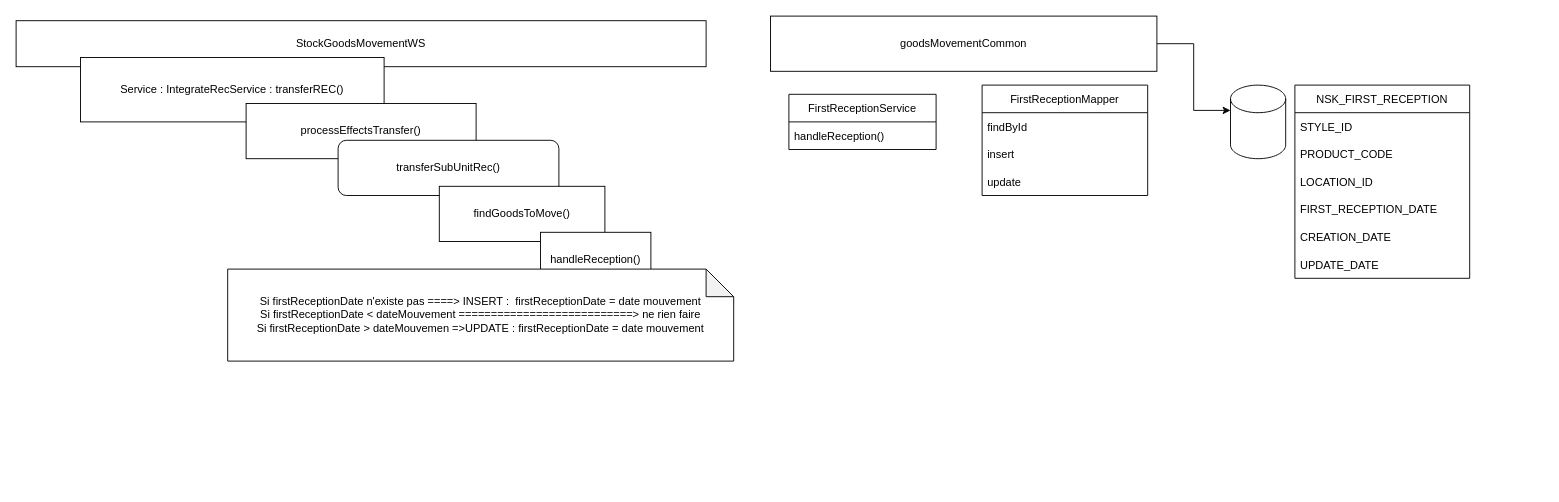
Above: Untitled Diagram.drawio in omargit1/Diagrams (draw.io), before the change. Source tidied: cells renumbered, new cells numbered last; positions are measured from the earlier drawing's top-left corner, leaving out a move shared by most shapes. Both pictures are drawn from the tidied source at 92%, with x=0, y=0 at pixel (16, 16).
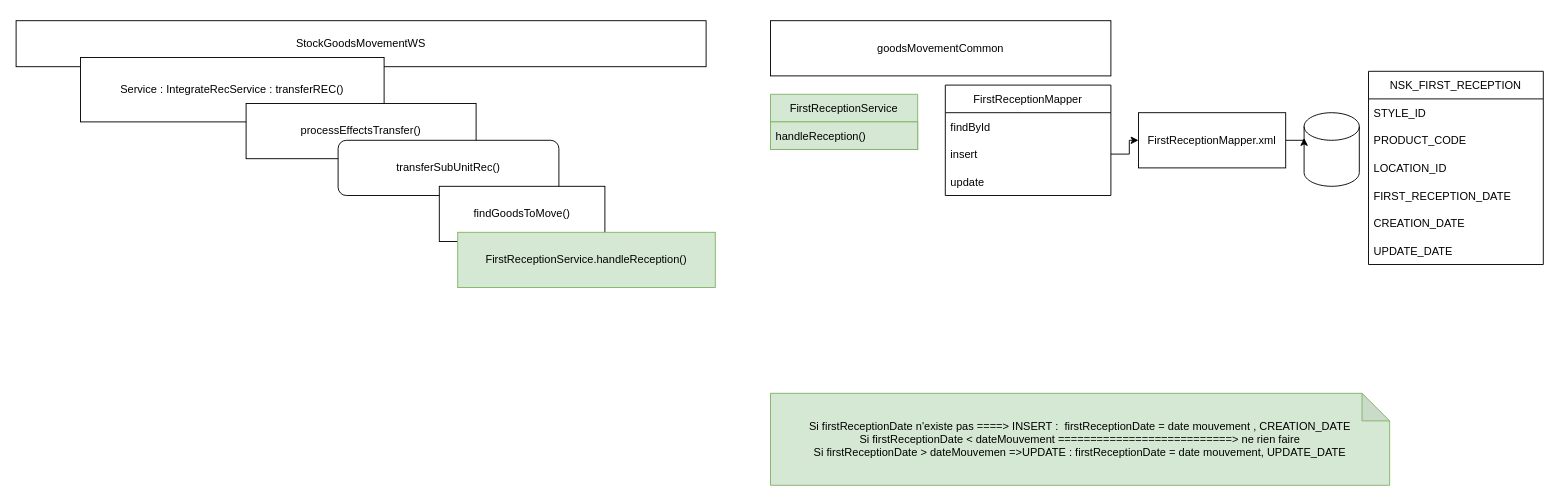
Above is the later version.

Unchanged cells that the change refers to:
```xml
<mxCell id="21" value="insert" style="text;strokeColor=none;fillColor=none;align=left;verticalAlign=middle;spacingLeft=4;spacingRight=4;overflow=hidden;points=[[0,0.5],[1,0.5]];portConstraint=eastwest;" parent="19" vertex="1">
  <mxGeometry y="60" width="180" height="30" as="geometry" />
</mxCell>
```

The edit, as a diff of the source:
```diff
@@
-    <mxCell id="7" value="handleReception()" style="rounded=0;whiteSpace=wrap;html=1;" parent="1" vertex="1">
-      <mxGeometry x="570" y="235" width="120" height="60" as="geometry" />
+    <mxCell id="7" value="&lt;span style=&quot;&quot;&gt;FirstReceptionService.&lt;/span&gt;handleReception()" style="rounded=0;whiteSpace=wrap;html=1;fillColor=#d5e8d4;strokeColor=#82b366;" parent="1" vertex="1">
+      <mxGeometry x="480" y="235" width="280" height="60" as="geometry" />
     </mxCell>
-    <mxCell id="8" style="edgeStyle=orthogonalEdgeStyle;rounded=0;jettySize=auto;html=1;exitX=1;exitY=0.5;exitDx=0;exitDy=0;entryX=0;entryY=0;entryDx=0;entryDy=27.5;entryPerimeter=0;" parent="1" edge="1" source="9" target="10">
-      <mxGeometry relative="1" as="geometry" />
-    </mxCell>
     <mxCell id="9" value="goodsMovementCommon" style="rounded=0;whiteSpace=wrap;html=1;" parent="1" vertex="1">
-      <mxGeometry x="820" width="420" height="60" as="geometry" />
+      <mxGeometry x="820" y="5" width="370" height="60" as="geometry" />
     </mxCell>
     <mxCell id="10" style="shape=cylinder3;whiteSpace=wrap;html=1;boundedLbl=1;backgroundOutline=1;size=15;" parent="1" vertex="1">
-      <mxGeometry x="1320" y="75" width="60" height="80" as="geometry" />
+      <mxGeometry x="1400" y="105" width="60" height="80" as="geometry" />
     </mxCell>
     <mxCell id="11" value="NSK_FIRST_RECEPTION" style="swimlane;fontStyle=0;horizontal=1;startSize=30;" parent="1" vertex="1">
-      <mxGeometry x="1390" y="75" width="190" height="210" as="geometry" />
+      <mxGeometry x="1470" y="60" width="190" height="210" as="geometry" />
     </mxCell>
@@
-    <mxCell id="18" value="Si firstReceptionDate n'existe pas ====&amp;gt; INSERT :&amp;nbsp; firstReceptionDate = date mouvement&lt;br&gt;Si firstReceptionDate &amp;lt; dateMouvement ===========================&amp;gt; ne rien faire&lt;br&gt;Si firstReceptionDate &amp;gt; dateMouvemen =&amp;gt;UPDATE : firstReceptionDate = date mouvement" style="shape=note;whiteSpace=wrap;html=1;backgroundOutline=1;darkOpacity=0.05;" parent="1" vertex="1">
-      <mxGeometry x="230" y="275" width="550" height="100" as="geometry" />
+    <mxCell id="18" value="Si firstReceptionDate n'existe pas ====&amp;gt; INSERT :&amp;nbsp; firstReceptionDate = date mouvement , CREATION_DATE&lt;br&gt;Si firstReceptionDate &amp;lt; dateMouvement ===========================&amp;gt; ne rien faire&lt;br&gt;Si firstReceptionDate &amp;gt; dateMouvemen =&amp;gt;UPDATE : firstReceptionDate = date mouvement, UPDATE_DATE" style="shape=note;whiteSpace=wrap;html=1;backgroundOutline=1;darkOpacity=0.05;fillColor=#d5e8d4;strokeColor=#82b366;" parent="1" vertex="1">
+      <mxGeometry x="820" y="410" width="673" height="100" as="geometry" />
     </mxCell>
     <mxCell id="19" value="FirstReceptionMapper" style="swimlane;fontStyle=0;horizontal=1;startSize=30;" parent="1" vertex="1">
-      <mxGeometry x="1050" y="75" width="180" height="120" as="geometry" />
+      <mxGeometry x="1010" y="75" width="180" height="120" as="geometry" />
     </mxCell>
@@
-    <mxCell id="23" value="FirstReceptionService" style="swimlane;fontStyle=0;horizontal=1;startSize=30;" parent="1" vertex="1">
-      <mxGeometry x="840" y="85" width="160" height="60" as="geometry" />
+    <mxCell id="23" value="FirstReceptionService" style="swimlane;fontStyle=0;horizontal=1;startSize=30;fillColor=#d5e8d4;strokeColor=#82b366;" parent="1" vertex="1">
+      <mxGeometry x="820" y="85" width="160" height="60" as="geometry" />
     </mxCell>
-    <mxCell id="24" value="handleReception()" style="text;strokeColor=none;fillColor=none;align=left;verticalAlign=middle;spacingLeft=4;spacingRight=4;overflow=hidden;" parent="23" vertex="1">
+    <mxCell id="24" value="handleReception()" style="text;strokeColor=#82b366;fillColor=#d5e8d4;align=left;verticalAlign=middle;spacingLeft=4;spacingRight=4;overflow=hidden;" parent="23" vertex="1">
       <mxGeometry y="30" width="160" height="30" as="geometry" />
     </mxCell>
+    <mxCell id="25" style="edgeStyle=orthogonalEdgeStyle;rounded=0;jettySize=auto;html=1;exitX=1;exitY=0.5;exitDx=0;exitDy=0;entryX=0;entryY=0;entryDx=0;entryDy=27.5;entryPerimeter=0;" parent="1" edge="1" source="26" target="10">
+      <mxGeometry relative="1" as="geometry" />
+    </mxCell>
+    <mxCell id="26" value="FirstReceptionMapper.xml" style="rounded=0;whiteSpace=wrap;html=1;" parent="1" vertex="1">
+      <mxGeometry x="1220" y="105" width="160" height="60" as="geometry" />
+    </mxCell>
+    <mxCell id="27" style="edgeStyle=orthogonalEdgeStyle;rounded=0;jettySize=auto;html=1;exitX=1;exitY=0.5;exitDx=0;exitDy=0;" parent="1" edge="1" source="21" target="26">
+      <mxGeometry relative="1" as="geometry" />
+    </mxCell>
```
